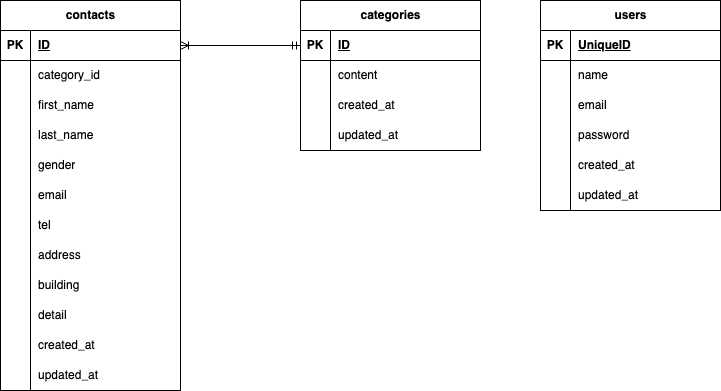
The draw.io diagram images/er-form.drawio.png in sakuramochi13/fashionablylate-form, before a commit. Source tidied: cells renumbered, new cells last; positions are measured from the earlier drawing's top-left corner, leaving out a move shared by most shapes.
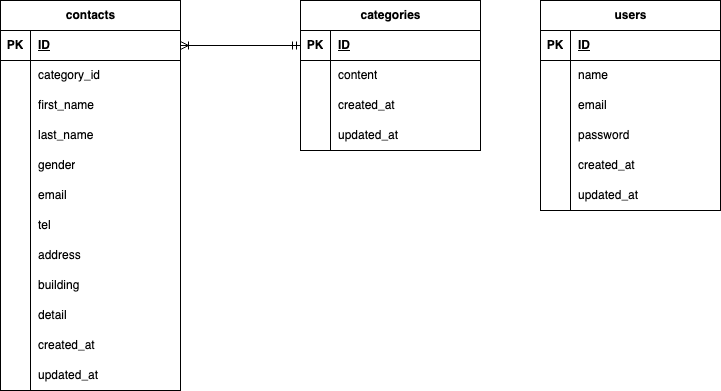
The same file after the commit.

Commit message:
ほとんど完成

The edit, as a diff of the source:
```diff
@@ -161,7 +161,7 @@
     <mxCell id="54" value="PK" style="shape=partialRectangle;fillColor=none;top=0;left=0;bottom=0;right=0;fontStyle=1;overflow=hidden;whiteSpace=wrap;html=1;" parent="53" vertex="1">
       <mxGeometry width="30" height="30" as="geometry" />
     </mxCell>
-    <mxCell id="55" value="UniqueID" style="shape=partialRectangle;fillColor=none;top=0;left=0;bottom=0;right=0;align=left;spacingLeft=6;fontStyle=5;overflow=hidden;whiteSpace=wrap;html=1;" parent="53" vertex="1">
+    <mxCell id="55" value="ID" style="shape=partialRectangle;fillColor=none;top=0;left=0;bottom=0;right=0;align=left;spacingLeft=6;fontStyle=5;overflow=hidden;whiteSpace=wrap;html=1;" parent="53" vertex="1">
       <mxGeometry x="30" width="150" height="30" as="geometry" />
     </mxCell>
     <mxCell id="56" style="shape=tableRow;horizontal=0;startSize=0;swimlaneHead=0;swimlaneBody=0;fillColor=none;top=0;left=0;right=0;bottom=0;" parent="52" vertex="1">
```
